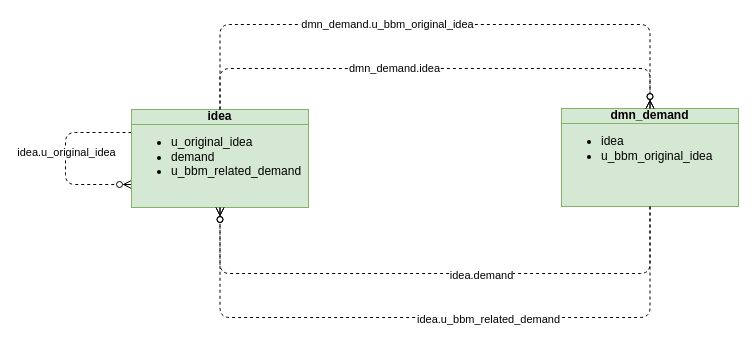
Above: page "ideaDemand" (13 of 15) of Bosch.drawio in algimas/tmp (draw.io), before the change. Source tidied: cells renumbered, new cells numbered last; positions are measured from the earlier drawing's top-left corner, leaving out a move shared by most shapes. Both pictures are drawn from the tidied source at 100%, with x=0, y=0 at pixel (65, 24).
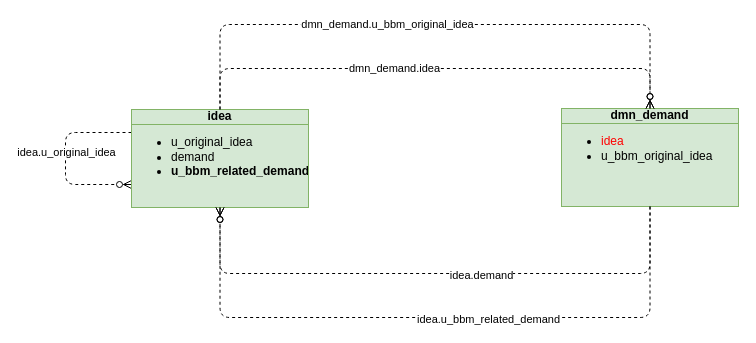
After the change.

Change to the diagram source:
```diff
@@
-    <mxCell id="2" value="dmn_demand&lt;div style=&quot;text-align: left;&quot;&gt;&lt;ul&gt;&lt;li&gt;&lt;span style=&quot;font-weight: normal;&quot;&gt;idea&lt;/span&gt;&lt;/li&gt;&lt;li&gt;&lt;span style=&quot;font-weight: normal;&quot;&gt;u_bbm_original_idea&lt;/span&gt;&lt;/li&gt;&lt;/ul&gt;&lt;/div&gt;" style="html=1;outlineConnect=0;whiteSpace=wrap;fillColor=#d5e8d4;shape=mxgraph.archimate3.businessObject;overflow=fill;strokeColor=#82b366;fontStyle=1;" parent="1" vertex="1">
+    <mxCell id="2" value="dmn_demand&lt;div style=&quot;text-align: left;&quot;&gt;&lt;ul&gt;&lt;li&gt;&lt;span style=&quot;font-weight: normal;&quot;&gt;&lt;font style=&quot;color: rgb(255, 0, 0);&quot;&gt;idea&lt;/font&gt;&lt;/span&gt;&lt;/li&gt;&lt;li&gt;&lt;span style=&quot;font-weight: normal;&quot;&gt;u_bbm_original_idea&lt;/span&gt;&lt;/li&gt;&lt;/ul&gt;&lt;/div&gt;" style="html=1;outlineConnect=0;whiteSpace=wrap;fillColor=#d5e8d4;shape=mxgraph.archimate3.businessObject;overflow=fill;strokeColor=#82b366;fontStyle=1;" parent="1" vertex="1">
       <mxGeometry x="496" y="84" width="177" height="98" as="geometry" />
     </mxCell>
@@
-    <mxCell id="5" value="&lt;b&gt;idea&lt;/b&gt;&lt;div style=&quot;&quot;&gt;&lt;ul&gt;&lt;li style=&quot;text-align: left;&quot;&gt;u_original_idea&lt;/li&gt;&lt;li style=&quot;text-align: left;&quot;&gt;demand&lt;/li&gt;&lt;li style=&quot;text-align: left;&quot;&gt;u_bbm_related_demand&lt;/li&gt;&lt;/ul&gt;&lt;/div&gt;" style="html=1;outlineConnect=0;whiteSpace=wrap;fillColor=#d5e8d4;shape=mxgraph.archimate3.businessObject;overflow=fill;strokeColor=#82b366;" parent="1" vertex="1">
+    <mxCell id="5" value="&lt;b&gt;idea&lt;/b&gt;&lt;div style=&quot;&quot;&gt;&lt;ul&gt;&lt;li style=&quot;text-align: left;&quot;&gt;u_original_idea&lt;/li&gt;&lt;li style=&quot;text-align: left;&quot;&gt;demand&lt;/li&gt;&lt;li style=&quot;text-align: left;&quot;&gt;&lt;b&gt;u_bbm_related_demand&lt;/b&gt;&lt;/li&gt;&lt;/ul&gt;&lt;/div&gt;" style="html=1;outlineConnect=0;whiteSpace=wrap;fillColor=#d5e8d4;shape=mxgraph.archimate3.businessObject;overflow=fill;strokeColor=#82b366;" parent="1" vertex="1">
       <mxGeometry x="66" y="85" width="177" height="98" as="geometry" />
     </mxCell>
```
